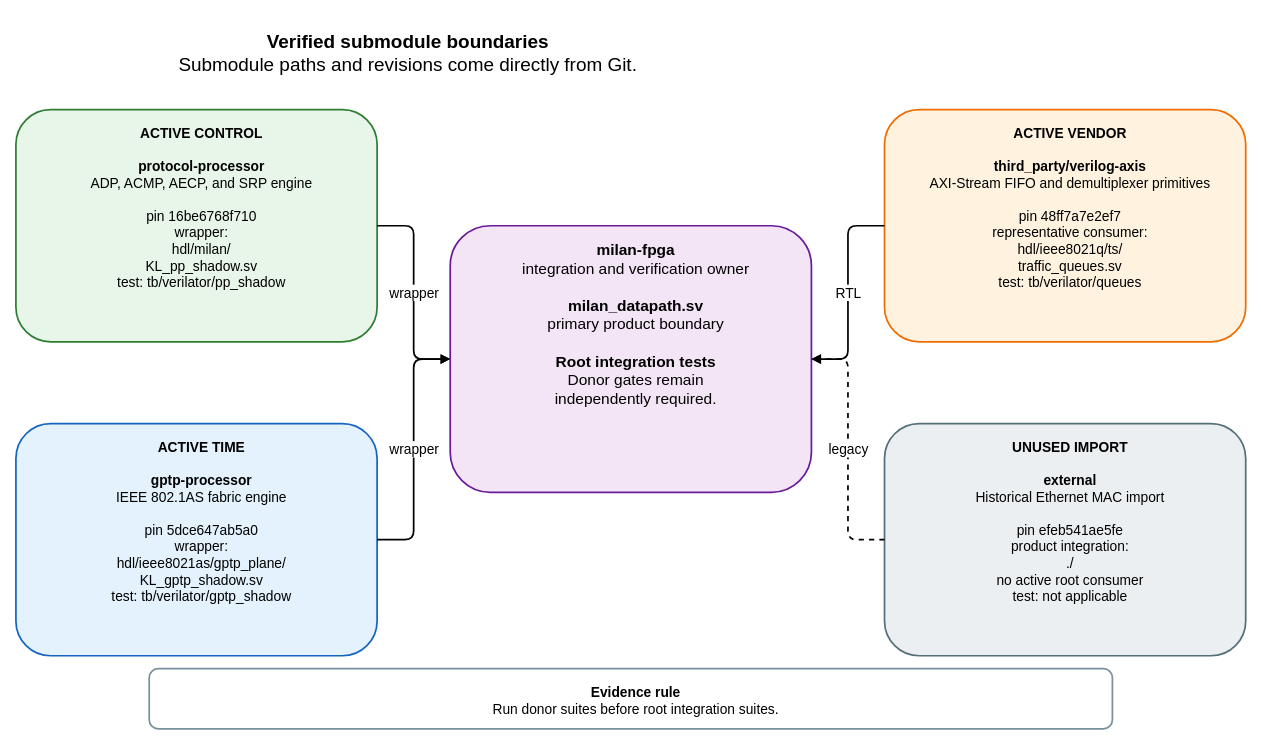
This is docs/diagrams/submodule_boundaries.drawio from kebag-logic/milan-fpga, a draw.io file, before an edit. Source tidied: cells renumbered, new cells numbered last; positions are measured from the earlier drawing's top-left corner, leaving out a move shared by most shapes. Both pictures are drawn from the tidied source at 86%, with x=0, y=0 at pixel (15, 15).
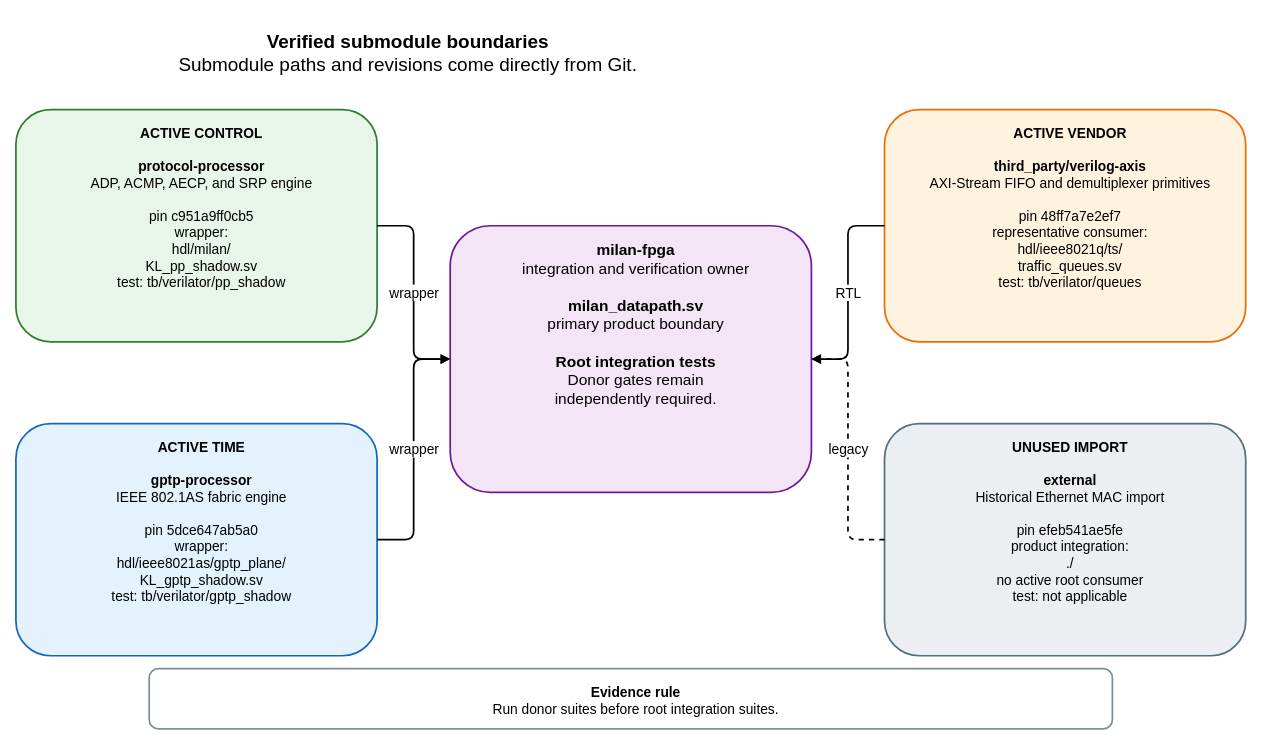
After the change.

Commit message (it also covers changes not shown here):
Adopt processor retry and LeaveAll fixes with parent regressions

Change to the diagram source:
```diff
@@
 <mxGraphModel>
   <root>
     <mxCell id="0" />
     <mxCell id="1" parent="0" />
     <mxCell id="2" value="&lt;b&gt;Verified submodule boundaries&lt;/b&gt;&lt;br&gt;Submodule paths and revisions come directly from Git." style="rounded=1;whiteSpace=wrap;html=1;verticalAlign=top;spacingTop=12;spacingLeft=12;fontSize=22;fontFamily=Helvetica;fillColor=none;strokeColor=none;strokeWidth=2;" parent="1" vertex="1">
       <mxGeometry width="900" height="65" as="geometry" />
     </mxCell>
     <mxCell id="3" value="&lt;b&gt;milan-fpga&lt;/b&gt;&lt;br&gt;integration and verification owner&lt;br&gt;&lt;br&gt;&lt;b&gt;milan_datapath.sv&lt;/b&gt;&lt;br&gt;primary product boundary&lt;br&gt;&lt;br&gt;&lt;b&gt;Root integration tests&lt;/b&gt;&lt;br&gt;Donor gates remain&lt;br&gt;independently required." style="rounded=1;whiteSpace=wrap;html=1;verticalAlign=top;spacingTop=12;spacingLeft=12;fontSize=18;fontFamily=Helvetica;fillColor=#F3E5F5;strokeColor=#6A1B9A;strokeWidth=2;" parent="1" vertex="1">
       <mxGeometry x="505" y="245" width="420" height="310" as="geometry" />
     </mxCell>
-    <mxCell id="4" value="&lt;b&gt;ACTIVE CONTROL&lt;/b&gt;&lt;br&gt;&lt;br&gt;&lt;b&gt;protocol-processor&lt;/b&gt;&lt;br&gt;ADP, ACMP, AECP, and SRP engine&lt;br&gt;&lt;br&gt;pin 16be6768f710&lt;br&gt;wrapper:&lt;br&gt;hdl/milan/&lt;br&gt;KL_pp_shadow.sv&lt;br&gt;test: tb/verilator/pp_shadow" style="rounded=1;whiteSpace=wrap;html=1;verticalAlign=top;spacingTop=12;spacingLeft=12;fontSize=16;fontFamily=Helvetica;fillColor=#E8F5E9;strokeColor=#2E7D32;strokeWidth=2;" parent="1" vertex="1">
+    <mxCell id="4" value="&lt;b&gt;ACTIVE CONTROL&lt;/b&gt;&lt;br&gt;&lt;br&gt;&lt;b&gt;protocol-processor&lt;/b&gt;&lt;br&gt;ADP, ACMP, AECP, and SRP engine&lt;br&gt;&lt;br&gt;pin c951a9ff0cb5&lt;br&gt;wrapper:&lt;br&gt;hdl/milan/&lt;br&gt;KL_pp_shadow.sv&lt;br&gt;test: tb/verilator/pp_shadow" style="rounded=1;whiteSpace=wrap;html=1;verticalAlign=top;spacingTop=12;spacingLeft=12;fontSize=16;fontFamily=Helvetica;fillColor=#E8F5E9;strokeColor=#2E7D32;strokeWidth=2;" parent="1" vertex="1">
       <mxGeometry y="110" width="420" height="270" as="geometry" />
     </mxCell>
     <mxCell id="5" value="&lt;b&gt;ACTIVE TIME&lt;/b&gt;&lt;br&gt;&lt;br&gt;&lt;b&gt;gptp-processor&lt;/b&gt;&lt;br&gt;IEEE 802.1AS fabric engine&lt;br&gt;&lt;br&gt;pin 5dce647ab5a0&lt;br&gt;wrapper:&lt;br&gt;hdl/ieee8021as/gptp_plane/&lt;br&gt;KL_gptp_shadow.sv&lt;br&gt;test: tb/verilator/gptp_shadow" style="rounded=1;whiteSpace=wrap;html=1;verticalAlign=top;spacingTop=12;spacingLeft=12;fontSize=16;fontFamily=Helvetica;fillColor=#E3F2FD;strokeColor=#1565C0;strokeWidth=2;" parent="1" vertex="1">
       <mxGeometry y="475" width="420" height="270" as="geometry" />
     </mxCell>
     <mxCell id="6" value="&lt;b&gt;ACTIVE VENDOR&lt;/b&gt;&lt;br&gt;&lt;br&gt;&lt;b&gt;third_party/verilog-axis&lt;/b&gt;&lt;br&gt;AXI-Stream FIFO and demultiplexer primitives&lt;br&gt;&lt;br&gt;pin 48ff7a7e2ef7&lt;br&gt;representative consumer:&lt;br&gt;hdl/ieee8021q/ts/&lt;br&gt;traffic_queues.sv&lt;br&gt;test: tb/verilator/queues" style="rounded=1;whiteSpace=wrap;html=1;verticalAlign=top;spacingTop=12;spacingLeft=12;fontSize=16;fontFamily=Helvetica;fillColor=#FFF3E0;strokeColor=#EF6C00;strokeWidth=2;" parent="1" vertex="1">
       <mxGeometry x="1010" y="110" width="420" height="270" as="geometry" />
     </mxCell>
     <mxCell id="7" value="&lt;b&gt;UNUSED IMPORT&lt;/b&gt;&lt;br&gt;&lt;br&gt;&lt;b&gt;external&lt;/b&gt;&lt;br&gt;Historical Ethernet MAC import&lt;br&gt;&lt;br&gt;pin efeb541ae5fe&lt;br&gt;product integration:&lt;br&gt;./&lt;br&gt;no active root consumer&lt;br&gt;test: not applicable" style="rounded=1;whiteSpace=wrap;html=1;verticalAlign=top;spacingTop=12;spacingLeft=12;fontSize=16;fontFamily=Helvetica;fillColor=#ECEFF1;strokeColor=#546E7A;strokeWidth=2;" parent="1" vertex="1">
       <mxGeometry x="1010" y="475" width="420" height="270" as="geometry" />
     </mxCell>
     <mxCell id="8" value="wrapper" style="edgeStyle=orthogonalEdgeStyle;rounded=1;jettySize=auto;html=1;endArrow=block;endFill=1;strokeWidth=2;fontSize=16;fontFamily=Helvetica;labelBackgroundColor=#FFFFFF;" parent="1" edge="1" source="4" target="3">
       <mxGeometry relative="1" as="geometry" />
     </mxCell>
     <mxCell id="9" value="wrapper" style="edgeStyle=orthogonalEdgeStyle;rounded=1;jettySize=auto;html=1;endArrow=block;endFill=1;strokeWidth=2;fontSize=16;fontFamily=Helvetica;labelBackgroundColor=#FFFFFF;" parent="1" edge="1" source="5" target="3">
       <mxGeometry relative="1" as="geometry" />
     </mxCell>
     <mxCell id="10" value="RTL" style="edgeStyle=orthogonalEdgeStyle;rounded=1;jettySize=auto;html=1;endArrow=block;endFill=1;strokeWidth=2;fontSize=16;fontFamily=Helvetica;labelBackgroundColor=#FFFFFF;" parent="1" edge="1" source="6" target="3">
       <mxGeometry relative="1" as="geometry" />
     </mxCell>
     <mxCell id="11" value="legacy" style="edgeStyle=orthogonalEdgeStyle;rounded=1;jettySize=auto;html=1;endArrow=block;endFill=1;strokeWidth=2;fontSize=16;fontFamily=Helvetica;labelBackgroundColor=#FFFFFF;dashed=1;" parent="1" edge="1" source="7" target="3">
       <mxGeometry relative="1" as="geometry" />
     </mxCell>
     <mxCell id="12" value="&lt;b&gt;Evidence rule&lt;/b&gt;&lt;br&gt;Run donor suites before root integration suites." style="rounded=1;whiteSpace=wrap;html=1;verticalAlign=top;spacingTop=12;spacingLeft=12;fontSize=16;fontFamily=Helvetica;fillColor=#FFFFFF;strokeColor=#78909C;strokeWidth=2;" parent="1" vertex="1">
       <mxGeometry x="155" y="760" width="1120" height="70" as="geometry" />
     </mxCell>
   </root>
 </mxGraphModel>
```
